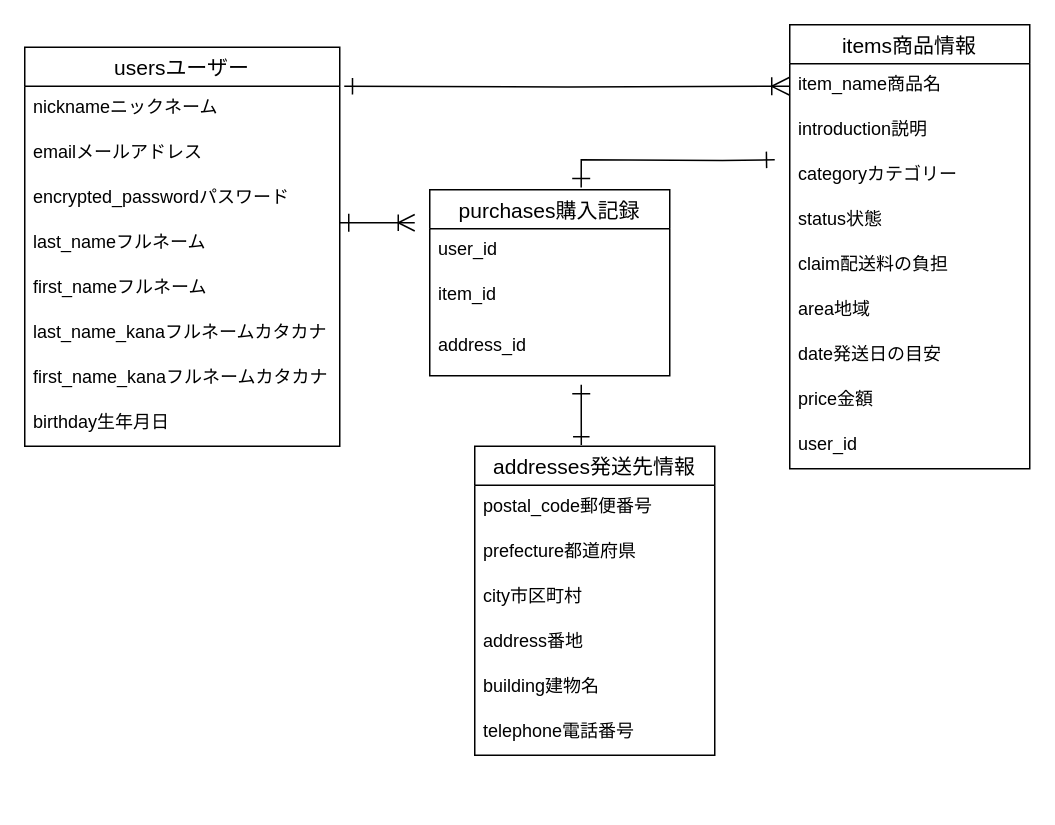
Above: furima.dio in mkato1013/furima-36386 (draw.io), before the change. Source tidied: cells renumbered, new cells numbered last; positions are measured from the earlier drawing's top-left corner, leaving out a move shared by most shapes. Both pictures are drawn from the tidied source at 150%, with x=0, y=0 at pixel (24, 24).
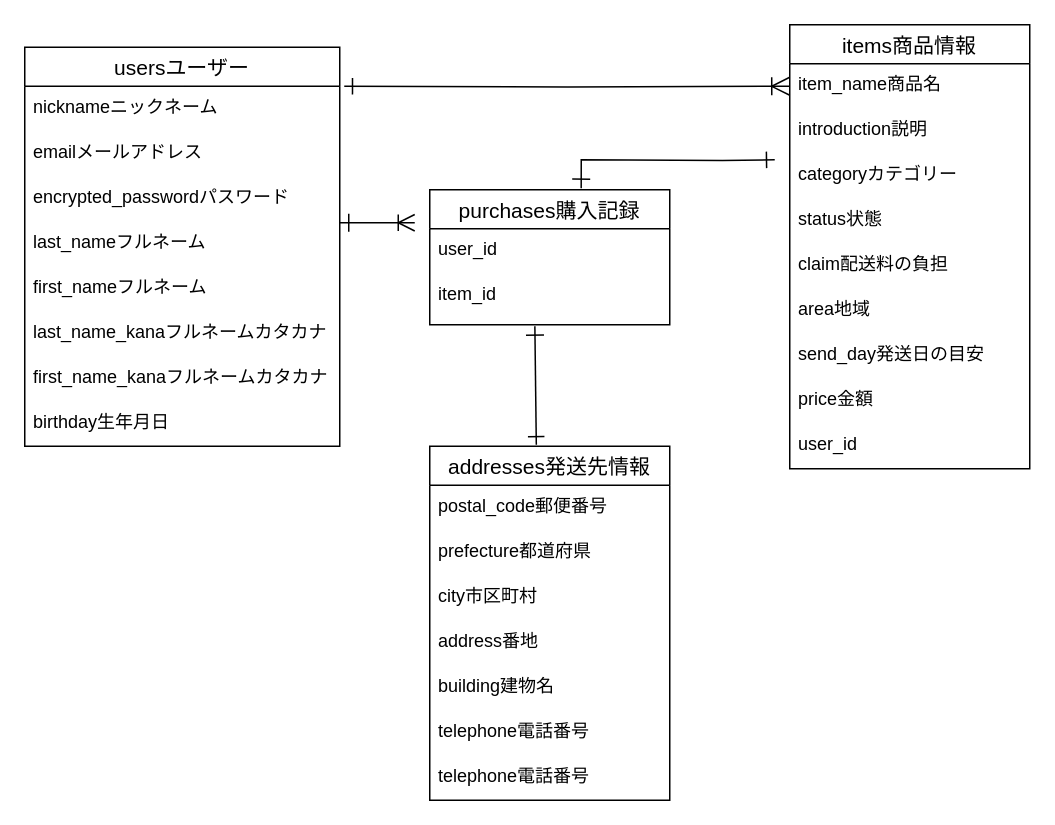
The same diagram, later.

Commit message (it also covers changes not shown here):
データベース設計３

Unchanged cells that the change refers to:
```xml
<mxCell id="18" value="items商品情報" style="swimlane;fontStyle=0;horizontal=1;startSize=26;align=center;fontSize=14;" parent="1" vertex="1">
  <mxGeometry x="510" width="160" height="296" as="geometry" />
</mxCell>
<mxCell id="31" value="item_id" style="text;strokeColor=none;fillColor=none;spacingLeft=4;spacingRight=4;overflow=hidden;points=[[0,0.5],[1,0.5]];portConstraint=eastwest;fontSize=12;" parent="29" vertex="1">
  <mxGeometry y="56" width="160" height="34" as="geometry" />
</mxCell>
```

Change to the diagram source:
```diff
@@
     <mxCell id="11" value="addresses発送先情報" style="swimlane;fontStyle=0;horizontal=1;startSize=26;align=center;fontSize=14;" parent="1" vertex="1">
-      <mxGeometry x="300" y="281" width="160" height="206" as="geometry" />
+      <mxGeometry x="270" y="281" width="160" height="236" as="geometry" />
     </mxCell>
@@
+    <mxCell id="36" value="telephone電話番号" style="text;strokeColor=none;fillColor=none;spacingLeft=4;spacingRight=4;overflow=hidden;fontSize=12;" parent="11" vertex="1">
+      <mxGeometry y="176" width="160" height="30" as="geometry" />
+    </mxCell>
     <mxCell id="17" value="telephone電話番号" style="text;strokeColor=none;fillColor=none;spacingLeft=4;spacingRight=4;overflow=hidden;fontSize=12;" parent="11" vertex="1">
-      <mxGeometry y="176" width="160" height="30" as="geometry" />
+      <mxGeometry y="206" width="160" height="30" as="geometry" />
     </mxCell>
@@
-    <mxCell id="25" value="date発送日の目安" style="text;strokeColor=none;fillColor=none;spacingLeft=4;spacingRight=4;overflow=hidden;fontSize=12;" parent="18" vertex="1">
+    <mxCell id="25" value="send_day発送日の目安" style="text;strokeColor=none;fillColor=none;spacingLeft=4;spacingRight=4;overflow=hidden;fontSize=12;" parent="18" vertex="1">
       <mxGeometry y="206" width="160" height="30" as="geometry" />
     </mxCell>
@@
     <mxCell id="29" value="purchases購入記録" style="swimlane;fontStyle=0;horizontal=1;startSize=26;align=center;fontSize=14;" parent="1" vertex="1">
-      <mxGeometry x="270" y="110" width="160" height="124" as="geometry" />
+      <mxGeometry x="270" y="110" width="160" height="90" as="geometry" />
     </mxCell>
@@
-    <mxCell id="32" value="address_id" style="text;strokeColor=none;fillColor=none;spacingLeft=4;spacingRight=4;overflow=hidden;fontSize=12;" parent="29" vertex="1">
-      <mxGeometry y="90" width="160" height="34" as="geometry" />
-    </mxCell>
@@
-    <mxCell id="35" style="edgeStyle=orthogonalEdgeStyle;rounded=0;jettySize=auto;html=1;exitX=0.444;exitY=-0.004;exitDx=0;exitDy=0;startArrow=ERone;startFill=0;endArrow=ERone;endFill=0;startSize=9;endSize=10;exitPerimeter=0;" parent="1" edge="1" source="11">
+    <mxCell id="35" style="edgeStyle=orthogonalEdgeStyle;rounded=0;jettySize=auto;html=1;exitX=0.444;exitY=-0.004;exitDx=0;exitDy=0;startArrow=ERone;startFill=0;endArrow=ERone;endFill=0;startSize=9;endSize=10;exitPerimeter=0;entryX=0.438;entryY=1.029;entryDx=0;entryDy=0;entryPerimeter=0;" parent="1" edge="1" source="11" target="31">
       <mxGeometry relative="1" as="geometry">
-        <mxPoint x="371" y="240" as="targetPoint" />
+        <Array as="points">
+          <mxPoint x="340" y="280" />
+        </Array>
       </mxGeometry>
     </mxCell>
```
